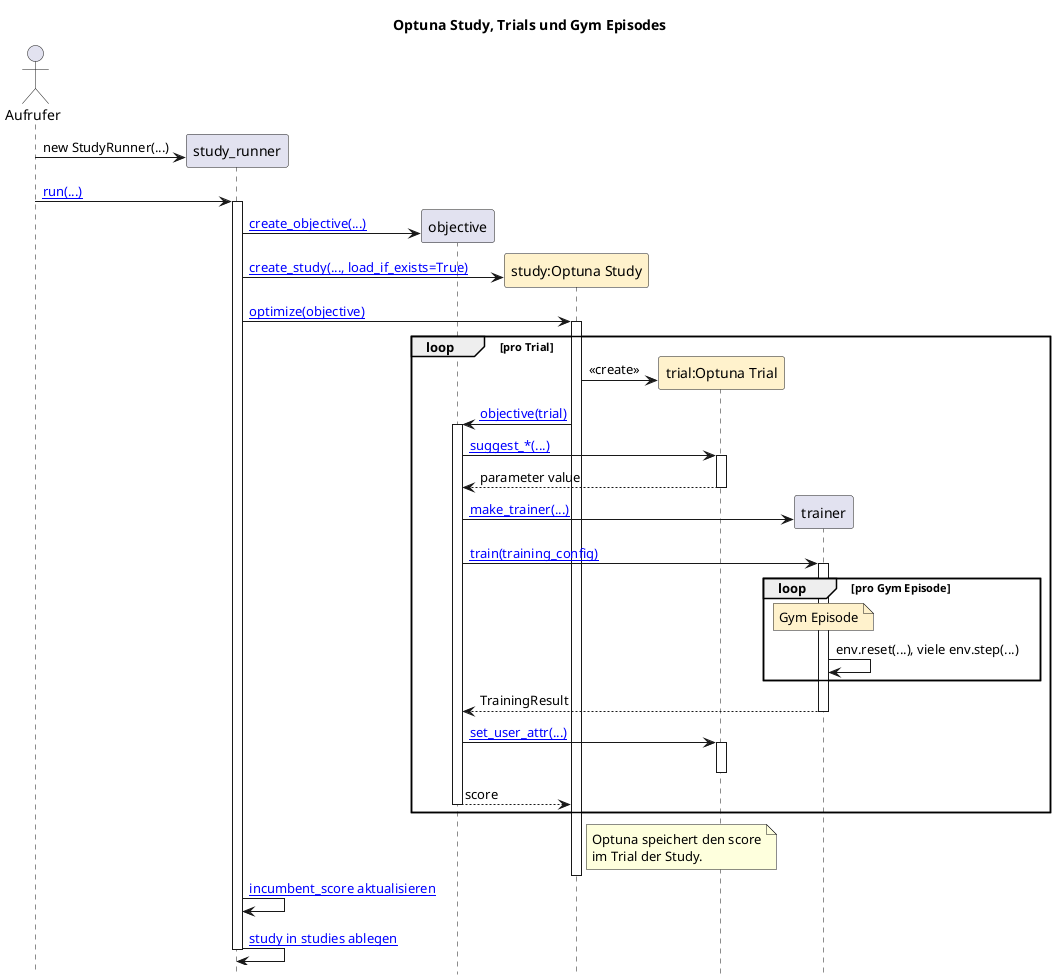
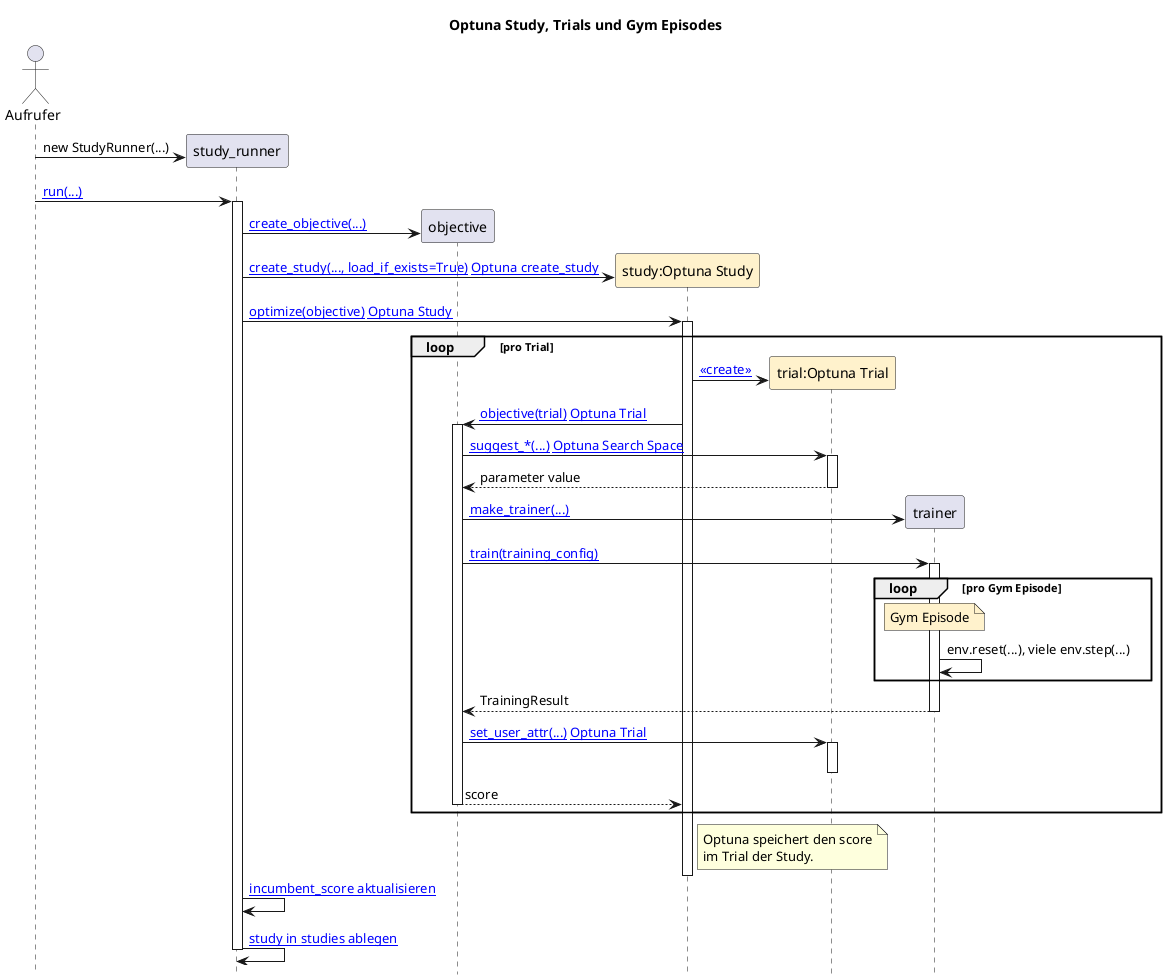
@startuml
title Optuna Study, Trials und Gym Episodes

hide footbox

actor "Aufrufer" as Caller

- create participant "study_runner" as Runner
+ participant "study_runner" as Runner
+ participant "objective" as Objective
+ participant "study:Optuna Study" as Study #FFF2CC
+ participant "trial:Optuna Trial" as Trial #FFF2CC
+ participant "trainer" as Trainer
+ 
url of Runner is [[vscode://file/C:/Users/mwehle/Documents/_P/KI/rl_lab/hpo/src/hpo/study.py:52:1]]
+ url of Objective is [[vscode://file/C:/Users/mwehle/Documents/_P/KI/rl_lab/hpo/src/hpo/objective.py:134:1]]
+ url of Study is [[vscode://file/C:/Users/mwehle/Documents/_P/KI/rl_lab/hpo/src/hpo/study.py:279:1]]
+ url of Trial is [[vscode://file/C:/Users/mwehle/Documents/_P/KI/rl_lab/hpo/src/hpo/objective.py:142:1]]
+ url of Trainer is [[vscode://file/C:/Users/mwehle/Documents/_P/KI/rl_lab/dqn/src/dqn/vector_training.py:115:1]]
+ 
+ create Runner
Caller -> Runner: new StudyRunner(...)

Caller -> Runner: [[vscode://file/C:/Users/mwehle/Documents/_P/KI/rl_lab/hpo/src/hpo/study.py:71:1 run(...)]]
activate Runner

- create participant "objective" as Objective
- url of Objective is [[vscode://file/C:/Users/mwehle/Documents/_P/KI/rl_lab/hpo/src/hpo/objective.py:134:1]]
+ create Objective
Runner -> Objective: [[vscode://file/C:/Users/mwehle/Documents/_P/KI/rl_lab/hpo/src/hpo/objective.py:134:1 create_objective(...)]]

- create participant "study:Optuna Study" as Study #FFF2CC
- url of Study is [[vscode://file/C:/Users/mwehle/Documents/_P/KI/rl_lab/hpo/src/hpo/study.py:279:1]]
- Runner -> Study: [[vscode://file/C:/Users/mwehle/Documents/_P/KI/rl_lab/hpo/src/hpo/study.py:279:1 create_study(..., load_if_exists=True)]]
+ create Study
+ Runner -> Study: [[vscode://file/C:/Users/mwehle/Documents/_P/KI/rl_lab/hpo/src/hpo/study.py:279:1 create_study(..., load_if_exists=True)]] [[https://optuna.readthedocs.io/en/stable/reference/generated/optuna.study.create_study.html Optuna create_study]]

- Runner -> Study: [[vscode://file/C:/Users/mwehle/Documents/_P/KI/rl_lab/hpo/src/hpo/study.py:173:1 optimize(objective)]]
+ Runner -> Study: [[vscode://file/C:/Users/mwehle/Documents/_P/KI/rl_lab/hpo/src/hpo/study.py:173:1 optimize(objective)]] [[https://optuna.readthedocs.io/en/stable/reference/generated/optuna.study.Study.html Optuna Study]]
activate Study

loop pro Trial
-     create participant "trial:Optuna Trial" as Trial #FFF2CC
-     url of Trial is [[vscode://file/C:/Users/mwehle/Documents/_P/KI/rl_lab/hpo/src/hpo/objective.py:142:1]]
-     Study -> Trial: <<create>>
+     create Trial
+     Study -> Trial: [[https://optuna.readthedocs.io/en/stable/reference/generated/optuna.trial.Trial.html <<create>>]]

-     Study -> Objective: [[vscode://file/C:/Users/mwehle/Documents/_P/KI/rl_lab/hpo/src/hpo/objective.py:142:1 objective(trial)]]
+     Study -> Objective: [[vscode://file/C:/Users/mwehle/Documents/_P/KI/rl_lab/hpo/src/hpo/objective.py:142:1 objective(trial)]] [[https://optuna.readthedocs.io/en/stable/reference/generated/optuna.trial.Trial.html Optuna Trial]]
    activate Objective

-     Objective -> Trial: [[vscode://file/C:/Users/mwehle/Documents/_P/KI/rl_lab/hpo/src/hpo/objective.py:143:1 suggest_*(...)]]
+     Objective -> Trial: [[vscode://file/C:/Users/mwehle/Documents/_P/KI/rl_lab/hpo/src/hpo/objective.py:143:1 suggest_*(...)]] [[https://optuna.readthedocs.io/en/stable/tutorial/10_key_features/002_configurations.html Optuna Search Space]]
    activate Trial
    Trial --> Objective: parameter value
    deactivate Trial

-     create participant "trainer" as Trainer
-     url of Trainer is [[vscode://file/C:/Users/mwehle/Documents/_P/KI/rl_lab/dqn/src/dqn/vector_training.py:115:1]]
+     create Trainer
    Objective -> Trainer: [[vscode://file/C:/Users/mwehle/Documents/_P/KI/rl_lab/hpo/src/hpo/objective.py:156:1 make_trainer(...)]]

    Objective -> Trainer: [[vscode://file/C:/Users/mwehle/Documents/_P/KI/rl_lab/dqn/src/dqn/vector_training.py:166:1 train(training_config)]]
    activate Trainer

    loop pro Gym Episode
        note over Trainer #FFF2CC: Gym Episode
        Trainer -> Trainer: env.reset(...), viele env.step(...)
    end

    Trainer --> Objective: TrainingResult
    deactivate Trainer

-     Objective -> Trial: [[vscode://file/C:/Users/mwehle/Documents/_P/KI/rl_lab/hpo/src/hpo/objective.py:186:1 set_user_attr(...)]]
+     Objective -> Trial: [[vscode://file/C:/Users/mwehle/Documents/_P/KI/rl_lab/hpo/src/hpo/objective.py:186:1 set_user_attr(...)]] [[https://optuna.readthedocs.io/en/stable/reference/generated/optuna.trial.Trial.html Optuna Trial]]
    activate Trial
    deactivate Trial

    Objective --> Study: score
    deactivate Objective
end

note right of Study
    Optuna speichert den score
    im Trial der Study.
end note

deactivate Study

Runner -> Runner: [[vscode://file/C:/Users/mwehle/Documents/_P/KI/rl_lab/hpo/src/hpo/study.py:114:1 incumbent_score aktualisieren]]
Runner -> Runner: [[vscode://file/C:/Users/mwehle/Documents/_P/KI/rl_lab/hpo/src/hpo/study.py:123:1 study in studies ablegen]]

deactivate Runner

@enduml
